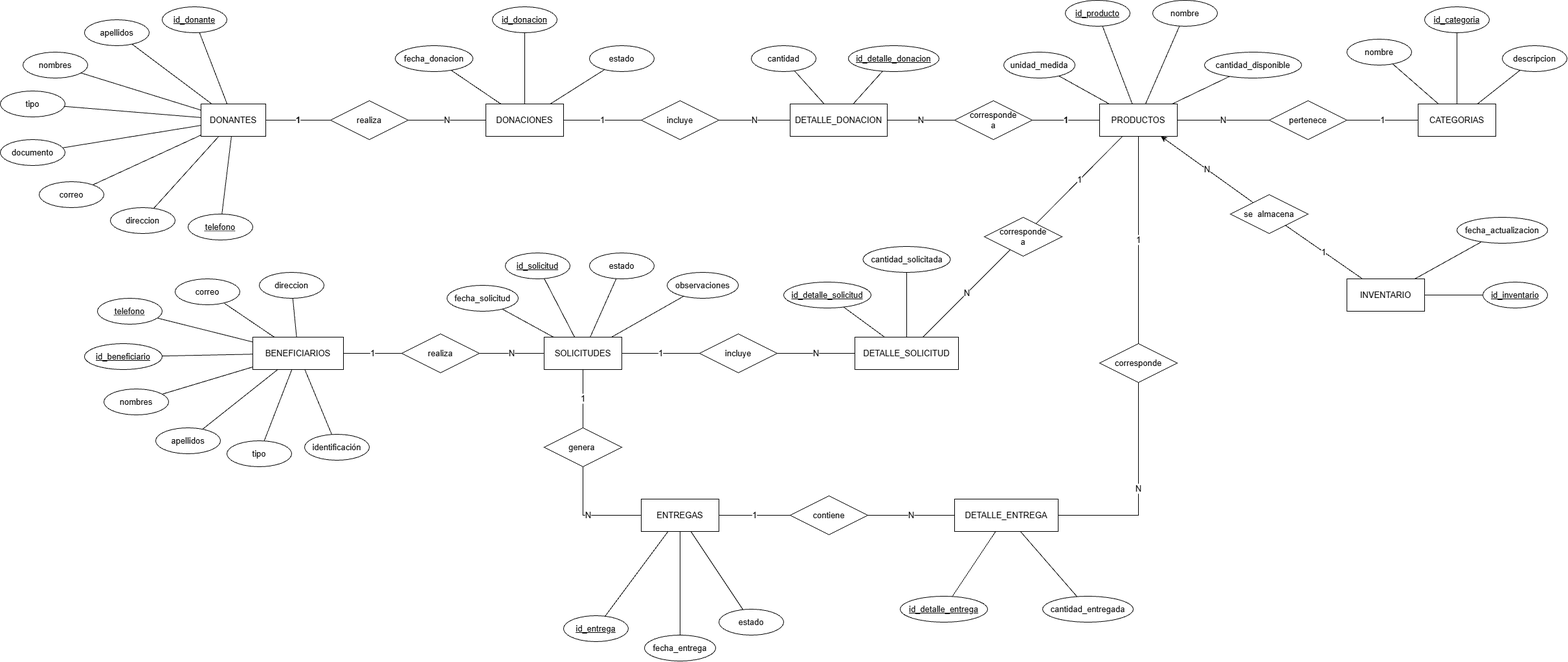
Galo1benitez/Sistema-Gestion-Banco-Alimentos keeps this draw.io diagram as documentacion/Modelo_Entidad_Relacion.png. Above is the earlier version. Source tidied: cells renumbered, new cells last; positions are measured from the earlier drawing's top-left corner, leaving out a move shared by most shapes.
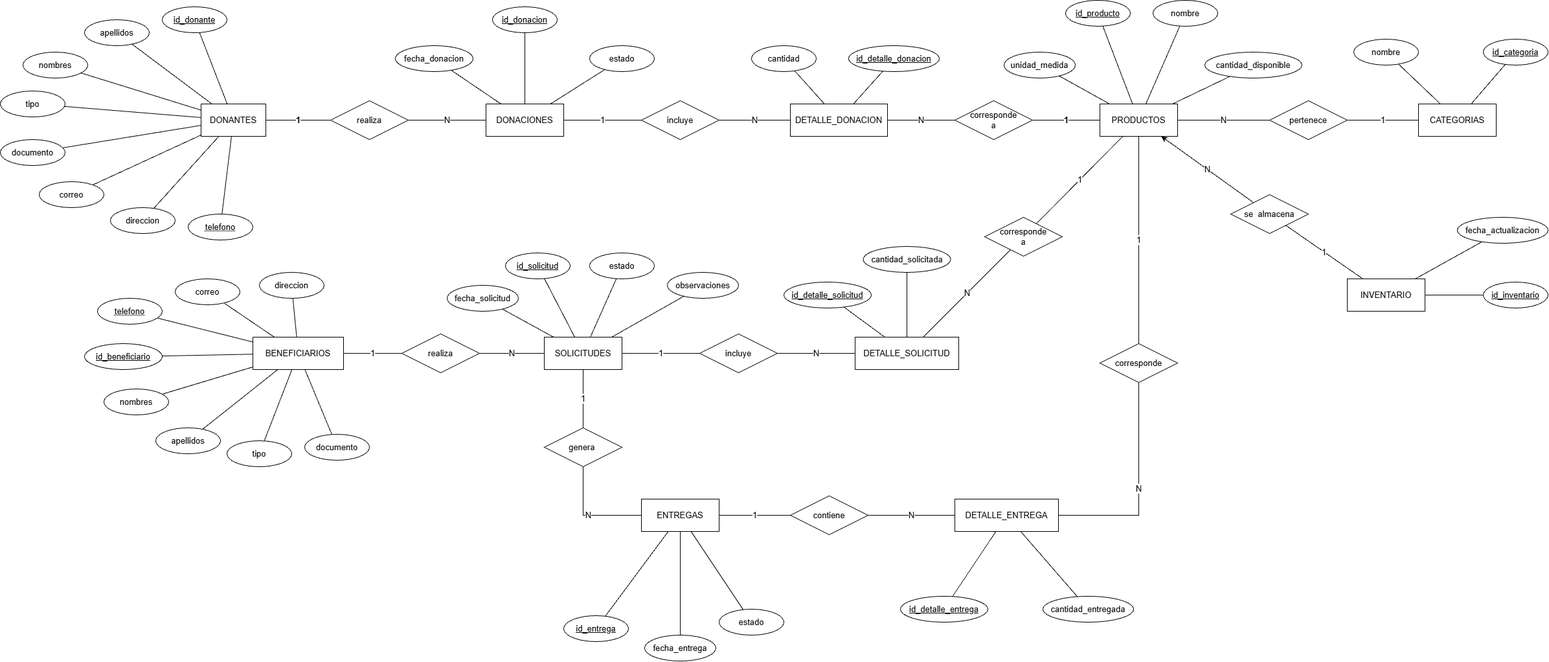
After the change.

Commit message:
Actualizar diagramas de la base de datos

What changed in the source:
```diff
@@ -223,20 +223,14 @@
       <mxGeometry relative="1" as="geometry" />
     </mxCell>
     <mxCell id="74" value="id_categoria" style="ellipse;whiteSpace=wrap;html=1;align=center;fontStyle=4;fontSize=13;" parent="1" vertex="1">
-      <mxGeometry x="2200" y="10" width="100" height="40" as="geometry" />
+      <mxGeometry x="2290" y="60" width="100" height="40" as="geometry" />
     </mxCell>
     <mxCell id="75" style="edgeStyle=none;curved=1;rounded=0;curveGeometry=1;jettySize=auto;html=1;defaultLabelBackgroundColor=page;endArrow=none;endFill=0;fontSize=13;" parent="1" edge="1" source="76" target="9">
       <mxGeometry relative="1" as="geometry" />
     </mxCell>
     <mxCell id="76" value="nombre" style="ellipse;whiteSpace=wrap;html=1;align=center;fontSize=13;" parent="1" vertex="1">
-      <mxGeometry x="2080" y="60" width="100" height="40" as="geometry" />
+      <mxGeometry x="2090" y="60" width="100" height="40" as="geometry" />
     </mxCell>
-    <mxCell id="77" style="edgeStyle=none;curved=1;rounded=0;curveGeometry=1;jettySize=auto;html=1;defaultLabelBackgroundColor=page;endArrow=none;endFill=0;fontSize=13;" parent="1" edge="1" source="78" target="9">
-      <mxGeometry relative="1" as="geometry" />
-    </mxCell>
-    <mxCell id="78" value="descripcion" style="ellipse;whiteSpace=wrap;html=1;align=center;fontSize=13;" parent="1" vertex="1">
-      <mxGeometry x="2320" y="70" width="100" height="40" as="geometry" />
-    </mxCell>
     <mxCell id="79" style="edgeStyle=none;curved=1;rounded=0;curveGeometry=1;jettySize=auto;html=1;defaultLabelBackgroundColor=page;endArrow=none;endFill=0;fontSize=13;" parent="1" edge="1" source="80" target="10">
       <mxGeometry relative="1" as="geometry" />
     </mxCell>
@@ -324,7 +318,7 @@
     <mxCell id="107" style="edgeStyle=none;curved=1;rounded=0;curveGeometry=1;jettySize=auto;html=1;defaultLabelBackgroundColor=page;endArrow=none;endFill=0;fontSize=13;" parent="1" edge="1" source="108" target="16">
       <mxGeometry relative="1" as="geometry" />
     </mxCell>
-    <mxCell id="108" value="identificación" style="ellipse;whiteSpace=wrap;html=1;align=center;fontSize=13;" parent="1" vertex="1">
+    <mxCell id="108" value="documento" style="ellipse;whiteSpace=wrap;html=1;align=center;fontSize=13;" parent="1" vertex="1">
       <mxGeometry x="470" y="670" width="100" height="40" as="geometry" />
     </mxCell>
     <mxCell id="109" style="edgeStyle=none;curved=1;rounded=0;curveGeometry=1;jettySize=auto;html=1;defaultLabelBackgroundColor=page;endArrow=none;endFill=0;fontSize=13;" parent="1" edge="1" source="110" target="16">
```
